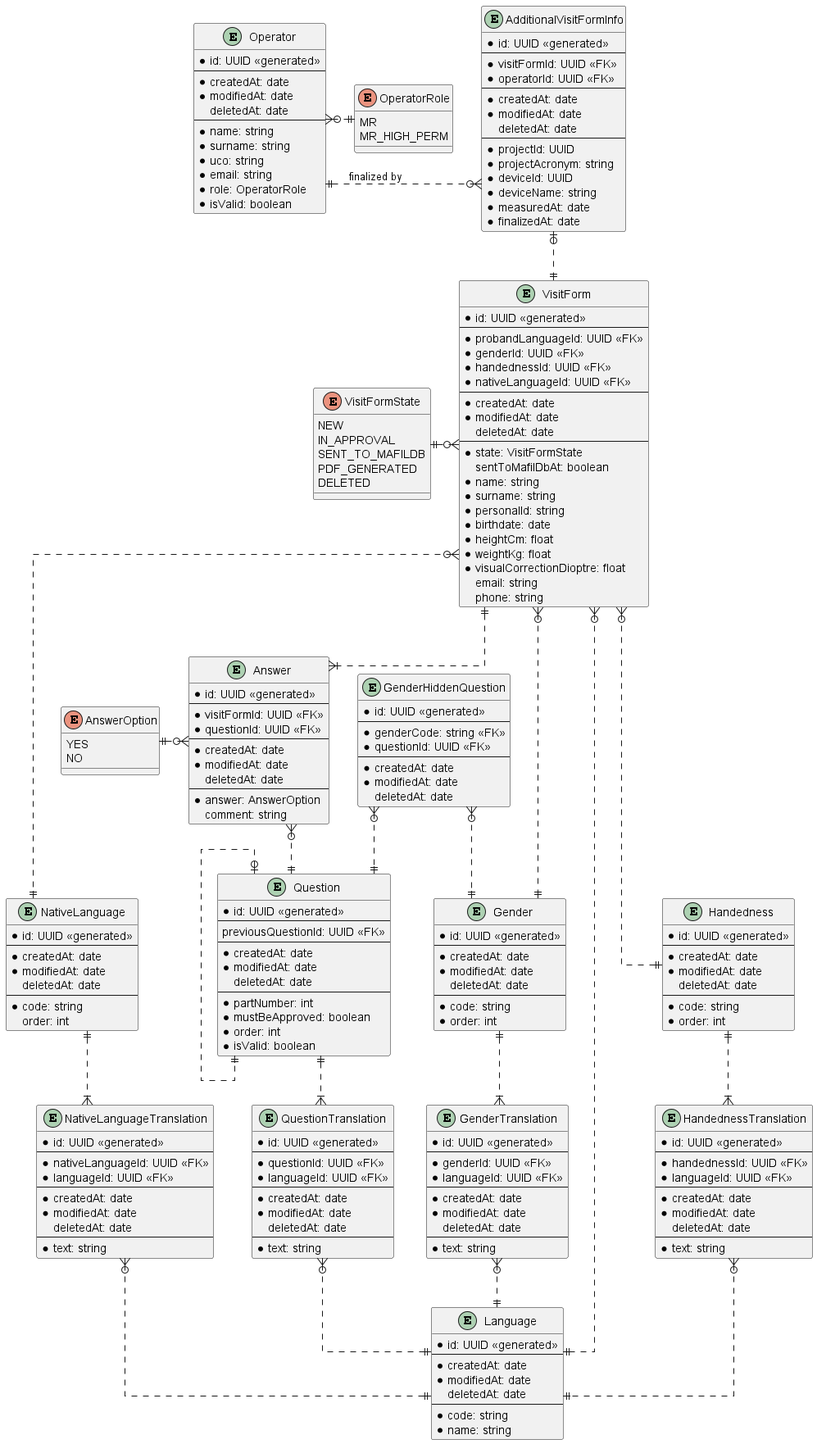
lukas-kratochvil/mafil-proband-safety-questionnaire keeps this PlantUML diagram as docs/ERD.png. Above is the earlier version.
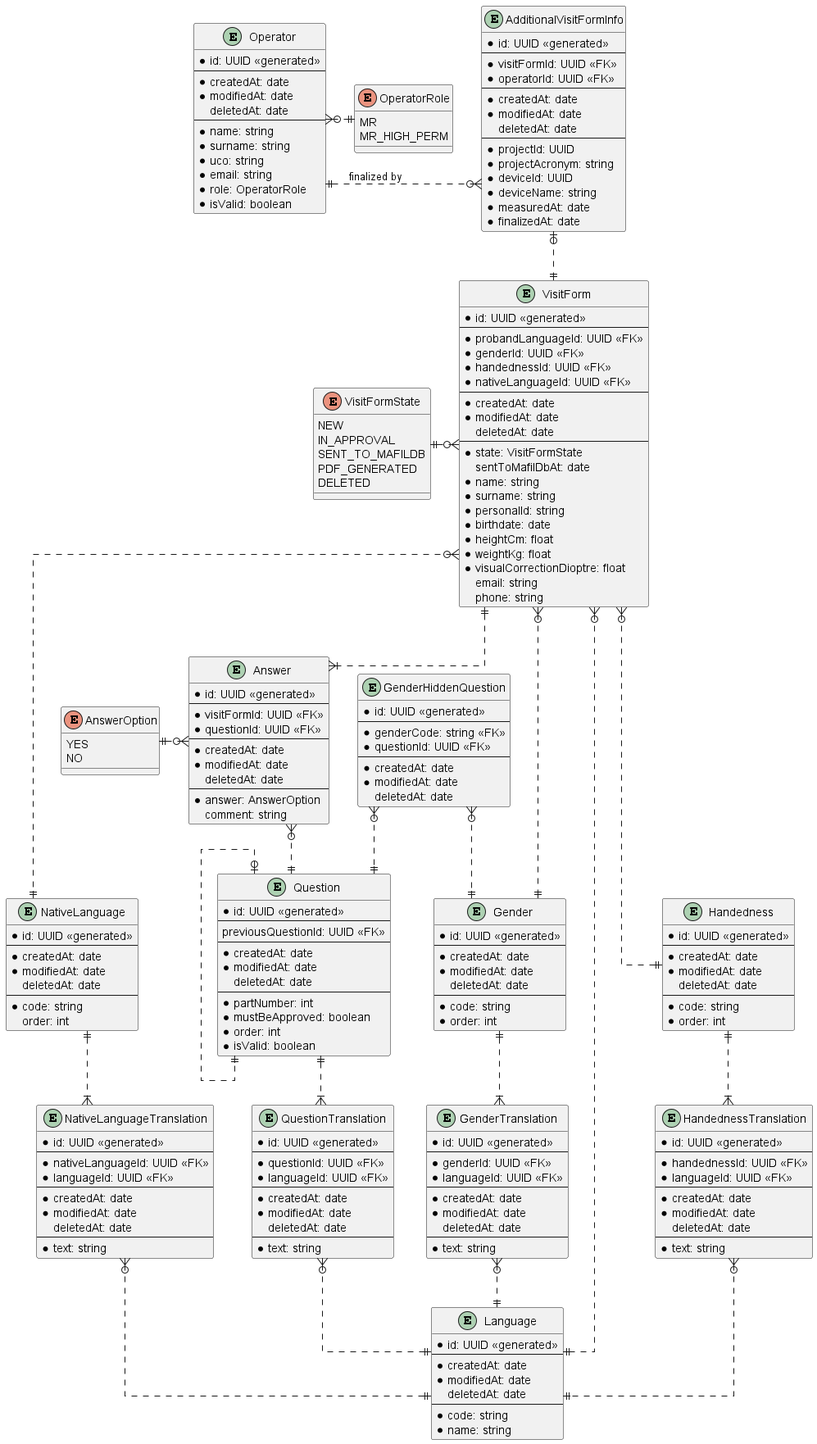
After the change.

Commit message:
fix: corrected sentToMafilDbAt data type in the ERD

The edit, as a diff of the source:
```diff
@@ -35,7 +35,7 @@
   deletedAt: date
   ---
   * state: VisitFormState
-  sentToMafilDbAt: boolean
+  sentToMafilDbAt: date
   * name: string
   * surname: string
   * personalId: string
```
